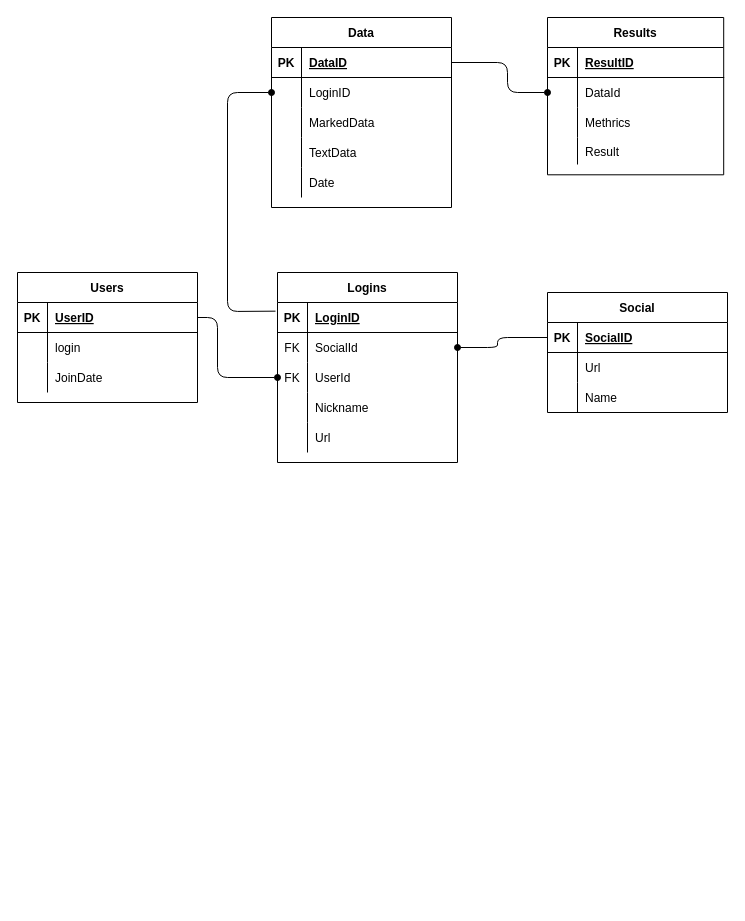
The draw.io diagram Diagrams/Database.drawio in Mariia1808/Ympalympy, before the edit. Source tidied: cells renumbered, new cells numbered last; positions are measured from the earlier drawing's top-left corner, leaving out a move shared by most shapes. Both pictures are drawn from the tidied source at 100%, with x=0, y=0 at pixel (17, 17).
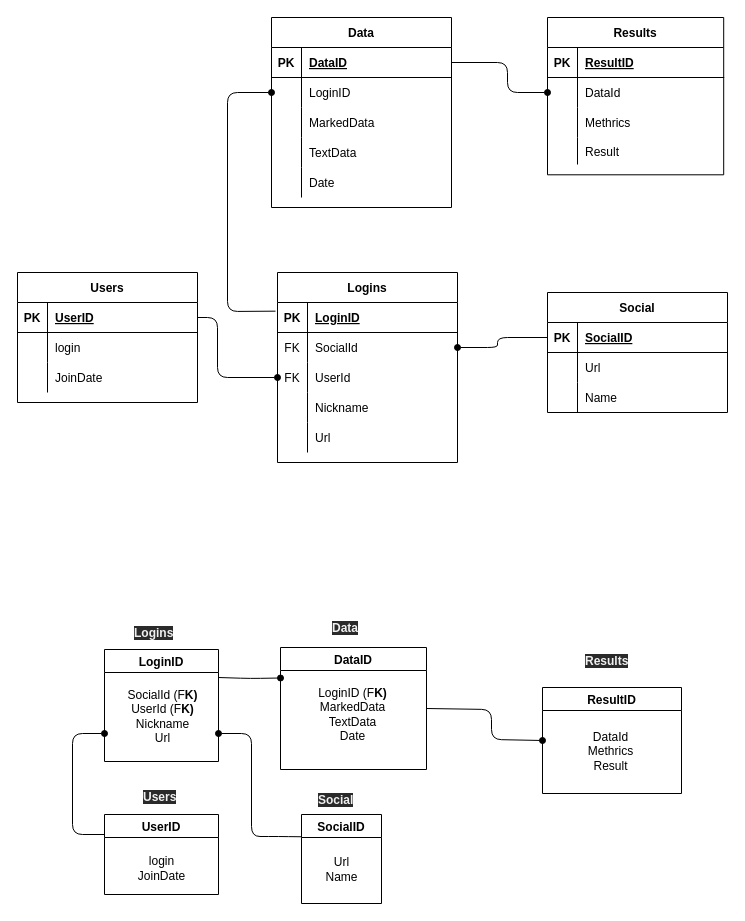
Above is the later version.

Change to the diagram source:
```diff
@@
+    <mxCell id="71" value="DataID" style="swimlane;startSize=23;" parent="1" vertex="1">
+      <mxGeometry x="263" y="630" width="146" height="122" as="geometry" />
+    </mxCell>
+    <mxCell id="72" value="&lt;span style=&quot;text-align: left&quot;&gt;LoginID (F&lt;/span&gt;&lt;span style=&quot;font-weight: 700&quot;&gt;K)&lt;/span&gt;&lt;span style=&quot;text-align: left&quot;&gt;&lt;br&gt;&lt;/span&gt;&lt;span style=&quot;text-align: left&quot;&gt;MarkedData&lt;br&gt;&lt;/span&gt;&lt;span style=&quot;text-align: left&quot;&gt;TextData&lt;br&gt;&lt;/span&gt;&lt;span style=&quot;text-align: left&quot;&gt;Date&lt;/span&gt;&lt;span style=&quot;font-weight: 700 ; text-align: left&quot;&gt;&lt;br&gt;&lt;/span&gt;" style="text;html=1;align=center;verticalAlign=middle;" parent="71" vertex="1">
+      <mxGeometry x="32" y="37" width="79" height="60" as="geometry" />
+    </mxCell>
+    <mxCell id="73" value="LoginID" style="swimlane;startSize=23;" parent="1" vertex="1">
+      <mxGeometry x="87" y="632" width="114" height="112" as="geometry" />
+    </mxCell>
+    <mxCell id="74" value="&lt;span style=&quot;text-align: left&quot;&gt;SocialId&lt;/span&gt;&lt;span style=&quot;text-align: left&quot;&gt;&amp;nbsp;(F&lt;/span&gt;&lt;span style=&quot;font-weight: 700&quot;&gt;K)&lt;/span&gt;&lt;span style=&quot;text-align: left&quot;&gt;&lt;br&gt;&lt;/span&gt;&lt;span style=&quot;text-align: left&quot;&gt;UserId&lt;/span&gt;&lt;span style=&quot;text-align: left&quot;&gt;&amp;nbsp;(F&lt;/span&gt;&lt;span style=&quot;font-weight: 700&quot;&gt;K)&lt;/span&gt;&lt;span style=&quot;text-align: left&quot;&gt;&lt;br&gt;&lt;/span&gt;&lt;span style=&quot;text-align: left&quot;&gt;Nickname&lt;br&gt;&lt;/span&gt;&lt;span style=&quot;text-align: left&quot;&gt;Url&lt;/span&gt;&lt;span style=&quot;text-align: left&quot;&gt;&lt;br&gt;&lt;/span&gt;" style="text;html=1;align=center;verticalAlign=middle;" parent="73" vertex="1">
+      <mxGeometry x="18" y="37" width="80" height="60" as="geometry" />
+    </mxCell>
+    <mxCell id="75" value="ResultID" style="swimlane;startSize=23;" parent="1" vertex="1">
+      <mxGeometry x="525" y="670" width="139" height="106" as="geometry" />
+    </mxCell>
+    <mxCell id="76" value="&lt;span style=&quot;text-align: left&quot;&gt;DataId&lt;br&gt;&lt;/span&gt;&lt;span style=&quot;text-align: left&quot;&gt;Methrics&lt;br&gt;&lt;/span&gt;&lt;span style=&quot;text-align: left&quot;&gt;Result&lt;/span&gt;&lt;span style=&quot;text-align: left&quot;&gt;&lt;br&gt;&lt;/span&gt;" style="text;html=1;align=center;verticalAlign=middle;" parent="75" vertex="1">
+      <mxGeometry x="40.6" y="41" width="55" height="46" as="geometry" />
+    </mxCell>
+    <mxCell id="77" value="SocialID" style="swimlane;startSize=23;" parent="1" vertex="1">
+      <mxGeometry x="284" y="797" width="80" height="89" as="geometry" />
+    </mxCell>
+    <mxCell id="78" value="&lt;span style=&quot;text-align: left&quot;&gt;Url&lt;br&gt;&lt;/span&gt;&lt;span style=&quot;text-align: left&quot;&gt;Name&lt;/span&gt;&lt;span style=&quot;text-align: left&quot;&gt;&lt;br&gt;&lt;/span&gt;" style="text;html=1;align=center;verticalAlign=middle;" parent="77" vertex="1">
+      <mxGeometry x="19" y="39" width="42" height="32" as="geometry" />
+    </mxCell>
+    <mxCell id="79" value="UserID" style="swimlane;startSize=23;" parent="1" vertex="1">
+      <mxGeometry x="87" y="797" width="114" height="80" as="geometry" />
+    </mxCell>
+    <mxCell id="80" value="&lt;span style=&quot;text-align: left&quot;&gt;login&lt;br&gt;&lt;/span&gt;&lt;span style=&quot;text-align: left&quot;&gt;JoinDate&lt;/span&gt;&lt;span style=&quot;text-align: left&quot;&gt;&lt;br&gt;&lt;/span&gt;" style="text;html=1;align=center;verticalAlign=middle;" parent="79" vertex="1">
+      <mxGeometry x="28.5" y="38" width="57" height="32" as="geometry" />
+    </mxCell>
+    <mxCell id="81" value="&lt;span style=&quot;color: rgb(240, 240, 240); font-family: helvetica; font-size: 12px; font-style: normal; font-weight: 700; letter-spacing: normal; text-align: center; text-indent: 0px; text-transform: none; word-spacing: 0px; background-color: rgb(42, 42, 42); display: inline; float: none;&quot;&gt;Data&lt;/span&gt;" style="text;whiteSpace=wrap;html=1;" parent="1" vertex="1">
+      <mxGeometry x="313" y="597" width="46" height="28" as="geometry" />
+    </mxCell>
+    <mxCell id="82" value="&lt;span style=&quot;color: rgb(240, 240, 240); font-family: helvetica; font-size: 12px; font-style: normal; font-weight: 700; letter-spacing: normal; text-align: center; text-indent: 0px; text-transform: none; word-spacing: 0px; background-color: rgb(42, 42, 42); display: inline; float: none;&quot;&gt;Results&lt;/span&gt;" style="text;whiteSpace=wrap;html=1;" parent="1" vertex="1">
+      <mxGeometry x="565.5" y="630" width="63" height="28" as="geometry" />
+    </mxCell>
+    <mxCell id="83" value="&lt;span style=&quot;color: rgb(240, 240, 240); font-family: helvetica; font-size: 12px; font-style: normal; font-weight: 700; letter-spacing: normal; text-align: center; text-indent: 0px; text-transform: none; word-spacing: 0px; background-color: rgb(42, 42, 42); display: inline; float: none;&quot;&gt;Social&lt;/span&gt;" style="text;whiteSpace=wrap;html=1;" parent="1" vertex="1">
+      <mxGeometry x="299" y="769" width="55" height="28" as="geometry" />
+    </mxCell>
+    <mxCell id="84" value="&lt;span style=&quot;color: rgb(240, 240, 240); font-family: helvetica; font-size: 12px; font-style: normal; font-weight: 700; letter-spacing: normal; text-align: center; text-indent: 0px; text-transform: none; word-spacing: 0px; background-color: rgb(42, 42, 42); display: inline; float: none;&quot;&gt;Logins&lt;/span&gt;" style="text;whiteSpace=wrap;html=1;" parent="1" vertex="1">
+      <mxGeometry x="114.5" y="602" width="59" height="28" as="geometry" />
+    </mxCell>
+    <mxCell id="85" value="&lt;span style=&quot;color: rgb(240, 240, 240); font-family: helvetica; font-size: 12px; font-style: normal; font-weight: 700; letter-spacing: normal; text-align: center; text-indent: 0px; text-transform: none; word-spacing: 0px; background-color: rgb(42, 42, 42); display: inline; float: none;&quot;&gt;Users&lt;/span&gt;" style="text;whiteSpace=wrap;html=1;" parent="1" vertex="1">
+      <mxGeometry x="124" y="766" width="53" height="28" as="geometry" />
+    </mxCell>
+    <mxCell id="86" style="endArrow=oval;html=1;startArrow=none;startFill=0;endFill=1;exitX=1;exitY=0.5;exitDx=0;exitDy=0;entryX=0;entryY=0.5;entryDx=0;entryDy=0;" parent="1" edge="1" source="71" target="75">
+      <mxGeometry relative="1" as="geometry">
+        <Array as="points">
+          <mxPoint x="474" y="692" />
+          <mxPoint x="474" y="722" />
+        </Array>
+      </mxGeometry>
+    </mxCell>
+    <mxCell id="87" style="endArrow=oval;html=1;startArrow=none;startFill=0;endFill=1;exitX=0;exitY=0.25;exitDx=0;exitDy=0;entryX=1;entryY=0.75;entryDx=0;entryDy=0;" parent="1" edge="1" source="77" target="73">
+      <mxGeometry relative="1" as="geometry">
+        <Array as="points">
+          <mxPoint x="261" y="819" />
+          <mxPoint x="234" y="819" />
+          <mxPoint x="234" y="716" />
+        </Array>
+      </mxGeometry>
+    </mxCell>
+    <mxCell id="88" style="endArrow=oval;html=1;startArrow=none;startFill=0;endFill=1;entryX=0;entryY=0.25;entryDx=0;entryDy=0;exitX=1;exitY=0.25;exitDx=0;exitDy=0;" parent="1" edge="1" source="73" target="71">
+      <mxGeometry relative="1" as="geometry">
+        <Array as="points">
+          <mxPoint x="233" y="661" />
+        </Array>
+      </mxGeometry>
+    </mxCell>
+    <mxCell id="89" style="endArrow=oval;html=1;startArrow=none;startFill=0;endFill=1;entryX=0;entryY=0.75;entryDx=0;entryDy=0;exitX=0;exitY=0.25;exitDx=0;exitDy=0;" parent="1" edge="1" source="79" target="73">
+      <mxGeometry relative="1" as="geometry">
+        <Array as="points">
+          <mxPoint x="55" y="817" />
+          <mxPoint x="55" y="716" />
+        </Array>
+      </mxGeometry>
+    </mxCell>
```
